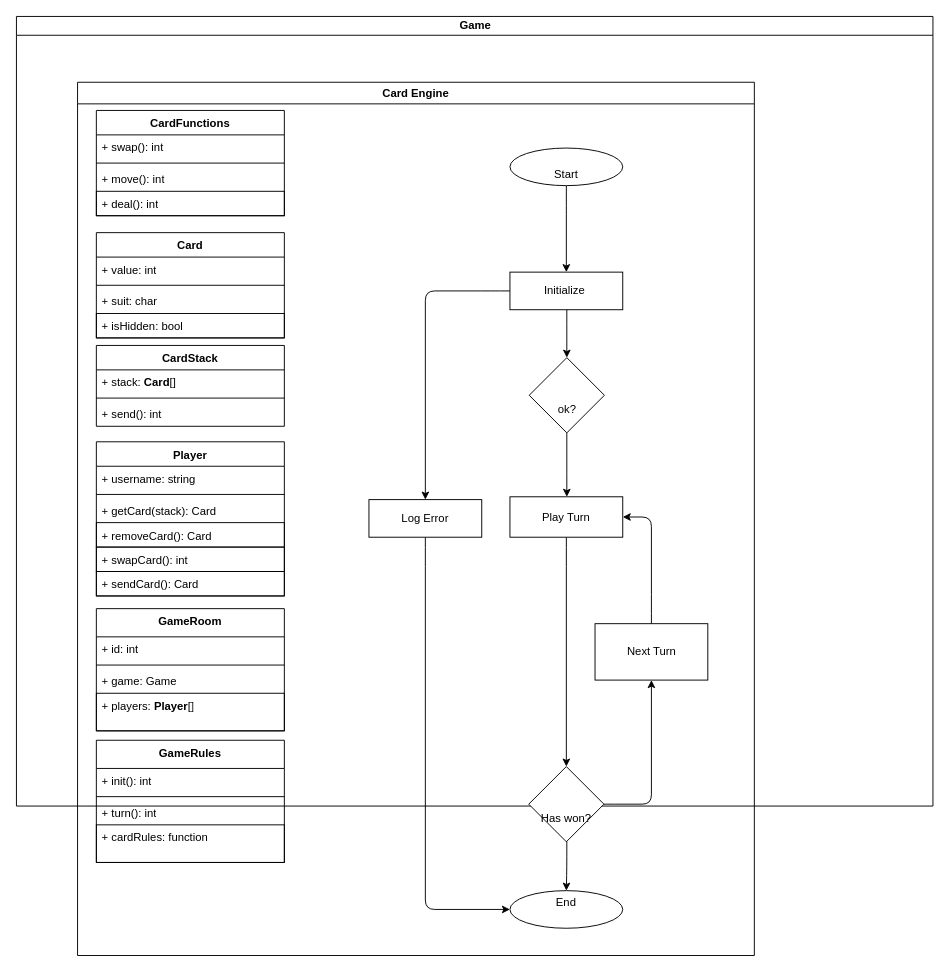
The draw.io diagram docs/specification/card-engine/CardEngine.drawio in Shornana/card-game-online, before the edit. Source tidied: cells renumbered, new cells numbered last; positions are measured from the earlier drawing's top-left corner, leaving out a move shared by most shapes. Both pictures are drawn from the tidied source at 94%, with x=0, y=0 at pixel (16, 16).
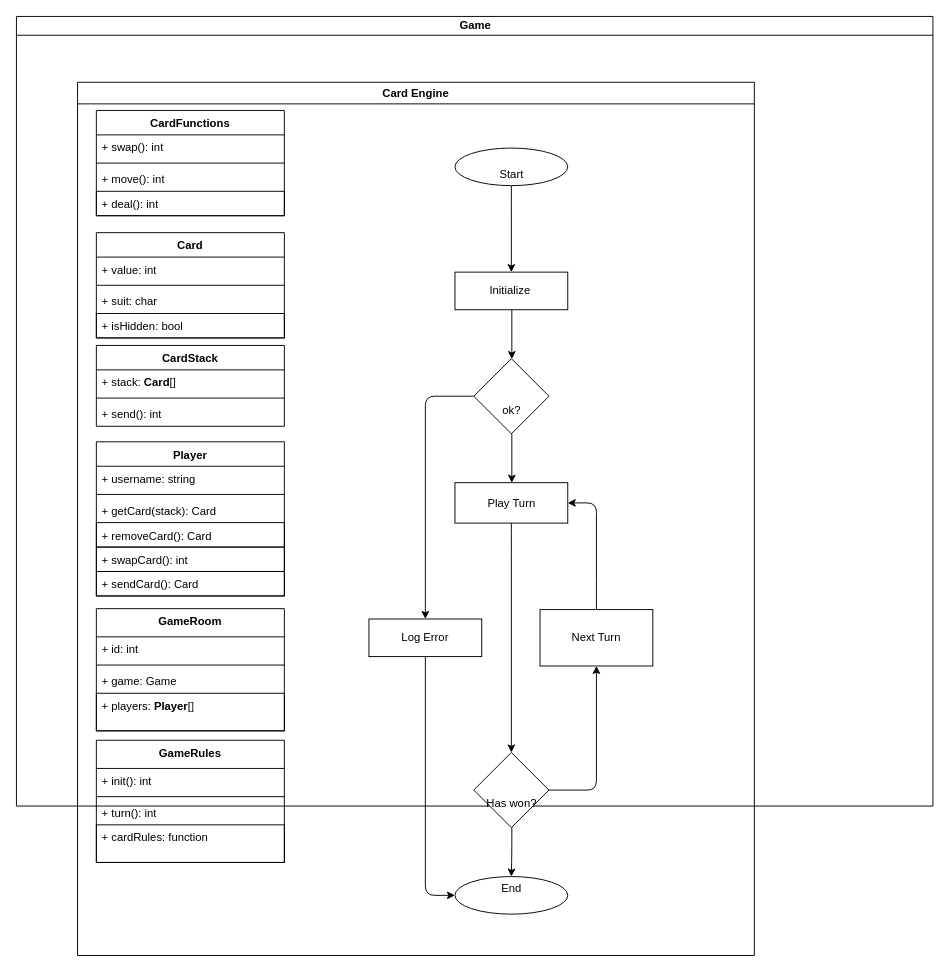
After the change.

Commit message (it also covers changes not shown here):
Fixed arrow to point to correct process.

The change refers to these unchanged cells:
```xml
<mxCell id="19" value="&lt;div&gt;Game&lt;/div&gt;" style="swimlane;html=1;startSize=20;horizontal=1;fontSize=12;transparentBounds=1;groupPadding=20;containerType=tree;" parent="2" vertex="1">
  <mxGeometry x="-65" y="-70" width="975" height="840" as="geometry" />
</mxCell>
```

Change to the diagram source:
```diff
@@
     <mxCell id="20" style="edgeStyle=orthogonalEdgeStyle;rounded=1;jettySize=auto;html=1;exitX=0.5;exitY=1;exitDx=0;exitDy=0;entryX=0.5;entryY=0;entryDx=0;entryDy=0;curved=0;" parent="19" edge="1" source="21" target="23">
       <mxGeometry relative="1" as="geometry">
         <Array as="points">
-          <mxPoint x="585" y="201" />
-          <mxPoint x="585" y="251" />
+          <mxPoint x="526.5" y="201" />
+          <mxPoint x="526.5" y="251" />
         </Array>
       </mxGeometry>
     </mxCell>
     <mxCell id="21" value="&lt;div&gt;&lt;br&gt;&lt;/div&gt;&lt;div&gt;Start&lt;/div&gt;" style="ellipse;whiteSpace=wrap;html=1;shapeInside=1;" parent="19" vertex="1">
-      <mxGeometry x="525" y="140" width="120" height="40" as="geometry" />
+      <mxGeometry x="466.5" y="140" width="120" height="40" as="geometry" />
     </mxCell>
-    <mxCell id="22" style="edgeStyle=orthogonalEdgeStyle;rounded=1;jettySize=auto;html=1;exitX=0;exitY=0.5;exitDx=0;exitDy=0;entryX=0.5;entryY=0;entryDx=0;entryDy=0;curved=0;" parent="19" edge="1" source="23" target="34">
-      <mxGeometry relative="1" as="geometry">
-        <Array as="points">
-          <mxPoint x="504" y="292" />
-          <mxPoint x="435" y="292" />
-          <mxPoint x="435" y="493" />
-        </Array>
-      </mxGeometry>
-    </mxCell>
     <mxCell id="23" value="Initialize&amp;nbsp;" style="rounded=0;whiteSpace=wrap;html=1;" parent="19" vertex="1">
-      <mxGeometry x="525" y="272" width="120" height="40" as="geometry" />
+      <mxGeometry x="466.5" y="272" width="120" height="40" as="geometry" />
     </mxCell>
+    <mxCell id="52" style="edgeStyle=orthogonalEdgeStyle;rounded=1;jettySize=auto;html=1;exitX=0;exitY=0.5;exitDx=0;exitDy=0;entryX=0.5;entryY=0;entryDx=0;entryDy=0;curved=0;" parent="19" edge="1" source="24" target="34">
+      <mxGeometry relative="1" as="geometry">
+        <Array as="points">
+          <mxPoint x="465.5" y="404" />
+          <mxPoint x="435" y="404" />
+          <mxPoint x="435" y="620" />
+        </Array>
+      </mxGeometry>
+    </mxCell>
     <mxCell id="24" value="&lt;div&gt;&lt;br&gt;&lt;/div&gt;&lt;div&gt;&lt;br&gt;&lt;/div&gt;&lt;div&gt;ok?&lt;/div&gt;" style="rhombus;whiteSpace=wrap;html=1;shapeInside=1;" parent="19" vertex="1">
-      <mxGeometry x="545.5" y="363" width="80" height="80" as="geometry" />
+      <mxGeometry x="486.5" y="364" width="80" height="80" as="geometry" />
     </mxCell>
-    <mxCell id="25" style="edgeStyle=orthogonalEdgeStyle;rounded=1;jettySize=auto;html=1;curved=0;exitX=0.5042;exitY=1;entryX=0.5;entryY=0;" parent="19" edge="1" source="23" target="24">
+    <mxCell id="25" style="edgeStyle=orthogonalEdgeStyle;rounded=1;jettySize=auto;html=1;curved=0;exitX=0.5042;exitY=1;entryX=0.5063;entryY=0;" parent="19" edge="1" source="23" target="24">
       <mxGeometry relative="1" as="geometry">
         <Array as="points">
-          <mxPoint x="585.5" y="338" />
+          <mxPoint x="527" y="338" />
         </Array>
       </mxGeometry>
     </mxCell>
     <mxCell id="26" style="edgeStyle=orthogonalEdgeStyle;rounded=1;jettySize=auto;html=1;exitX=0.5;exitY=1;exitDx=0;exitDy=0;entryX=0.5;entryY=0;entryDx=0;entryDy=0;curved=0;" parent="19" edge="1" source="27" target="30">
       <mxGeometry relative="1" as="geometry">
         <Array as="points">
-          <mxPoint x="585" y="575" />
-          <mxPoint x="585" y="777" />
+          <mxPoint x="526.5" y="560" />
+          <mxPoint x="526.5" y="762" />
         </Array>
       </mxGeometry>
     </mxCell>
     <mxCell id="27" value="Play Turn" style="rounded=0;whiteSpace=wrap;html=1;" parent="19" vertex="1">
-      <mxGeometry x="525" y="511" width="120" height="43" as="geometry" />
+      <mxGeometry x="466.5" y="496" width="120" height="43" as="geometry" />
     </mxCell>
-    <mxCell id="28" style="edgeStyle=orthogonalEdgeStyle;rounded=1;jettySize=auto;html=1;curved=0;exitX=0.5;exitY=1;entryX=0.5042;entryY=0;" parent="19" edge="1" source="24" target="27">
+    <mxCell id="28" style="edgeStyle=orthogonalEdgeStyle;rounded=1;jettySize=auto;html=1;curved=0;exitX=0.5063;exitY=1;entryX=0.5042;entryY=0;" parent="19" edge="1" source="24" target="27">
       <mxGeometry relative="1" as="geometry">
         <Array as="points">
-          <mxPoint x="585.5" y="476.5" />
+          <mxPoint x="527" y="470" />
         </Array>
       </mxGeometry>
     </mxCell>
     <mxCell id="29" style="edgeStyle=orthogonalEdgeStyle;rounded=1;jettySize=auto;html=1;exitX=1;exitY=0.5;exitDx=0;exitDy=0;curved=0;entryX=0.5;entryY=1;entryDx=0;entryDy=0;" parent="19" edge="1" source="30" target="36">
       <mxGeometry relative="1" as="geometry">
         <Array as="points">
-          <mxPoint x="646" y="838" />
-          <mxPoint x="675.5" y="838" />
-          <mxPoint x="675.5" y="727" />
+          <mxPoint x="587.5" y="823" />
+          <mxPoint x="617" y="823" />
+          <mxPoint x="617" y="712" />
         </Array>
       </mxGeometry>
     </mxCell>
     <mxCell id="30" value="&lt;div&gt;&lt;br&gt;&lt;/div&gt;&lt;div&gt;&lt;br&gt;&lt;/div&gt;&lt;div&gt;Has won?&lt;/div&gt;" style="rhombus;whiteSpace=wrap;html=1;shapeInside=1;" parent="19" vertex="1">
-      <mxGeometry x="545" y="798" width="80" height="80" as="geometry" />
+      <mxGeometry x="486.5" y="783" width="80" height="80" as="geometry" />
     </mxCell>
     <mxCell id="31" value="&lt;div&gt;&lt;br&gt;&lt;/div&gt;&lt;div&gt;End&lt;/div&gt;&lt;br&gt;&lt;div&gt;&lt;br/&gt;&lt;/div&gt;" style="ellipse;whiteSpace=wrap;html=1;shapeInside=1;" parent="19" vertex="1">
-      <mxGeometry x="525" y="930" width="120" height="40" as="geometry" />
+      <mxGeometry x="466.5" y="915" width="120" height="40" as="geometry" />
     </mxCell>
     <mxCell id="32" style="edgeStyle=orthogonalEdgeStyle;rounded=1;jettySize=auto;html=1;curved=0;exitX=0.5063;exitY=1;entryX=0.5042;entryY=0;" parent="19" edge="1" source="30" target="31">
       <mxGeometry relative="1" as="geometry">
         <Array as="points">
-          <mxPoint x="585.5" y="904" />
+          <mxPoint x="527" y="889" />
         </Array>
       </mxGeometry>
     </mxCell>
     <mxCell id="33" style="edgeStyle=orthogonalEdgeStyle;rounded=1;jettySize=auto;html=1;exitX=0.5;exitY=1;exitDx=0;exitDy=0;entryX=0;entryY=0.5;entryDx=0;entryDy=0;curved=0;" parent="19" edge="1" source="34" target="31">
       <mxGeometry relative="1" as="geometry">
         <Array as="points">
-          <mxPoint x="435" y="575" />
-          <mxPoint x="435" y="950" />
-          <mxPoint x="504" y="950" />
+          <mxPoint x="435" y="702" />
+          <mxPoint x="435" y="935" />
+          <mxPoint x="445.5" y="935" />
         </Array>
       </mxGeometry>
     </mxCell>
     <mxCell id="34" value="Log Error" style="rounded=0;whiteSpace=wrap;html=1;" parent="19" vertex="1">
-      <mxGeometry x="375" y="514" width="120" height="40" as="geometry" />
+      <mxGeometry x="375" y="641" width="120" height="40" as="geometry" />
     </mxCell>
     <mxCell id="35" style="edgeStyle=orthogonalEdgeStyle;rounded=1;jettySize=auto;html=1;exitX=0.5;exitY=0;exitDx=0;exitDy=0;entryX=1;entryY=0.5;entryDx=0;entryDy=0;curved=0;" parent="19" edge="1" source="36" target="27">
       <mxGeometry relative="1" as="geometry">
         <Array as="points">
-          <mxPoint x="675.5" y="625" />
-          <mxPoint x="675.5" y="532.5" />
-          <mxPoint x="666" y="532.5" />
+          <mxPoint x="617" y="610" />
+          <mxPoint x="617" y="517.5" />
+          <mxPoint x="607.5" y="517.5" />
         </Array>
       </mxGeometry>
     </mxCell>
     <mxCell id="36" value="Next Turn" style="rounded=0;whiteSpace=wrap;html=1;" parent="19" vertex="1">
-      <mxGeometry x="615.5" y="646" width="120" height="60" as="geometry" />
+      <mxGeometry x="557" y="631" width="120" height="60" as="geometry" />
     </mxCell>
```
